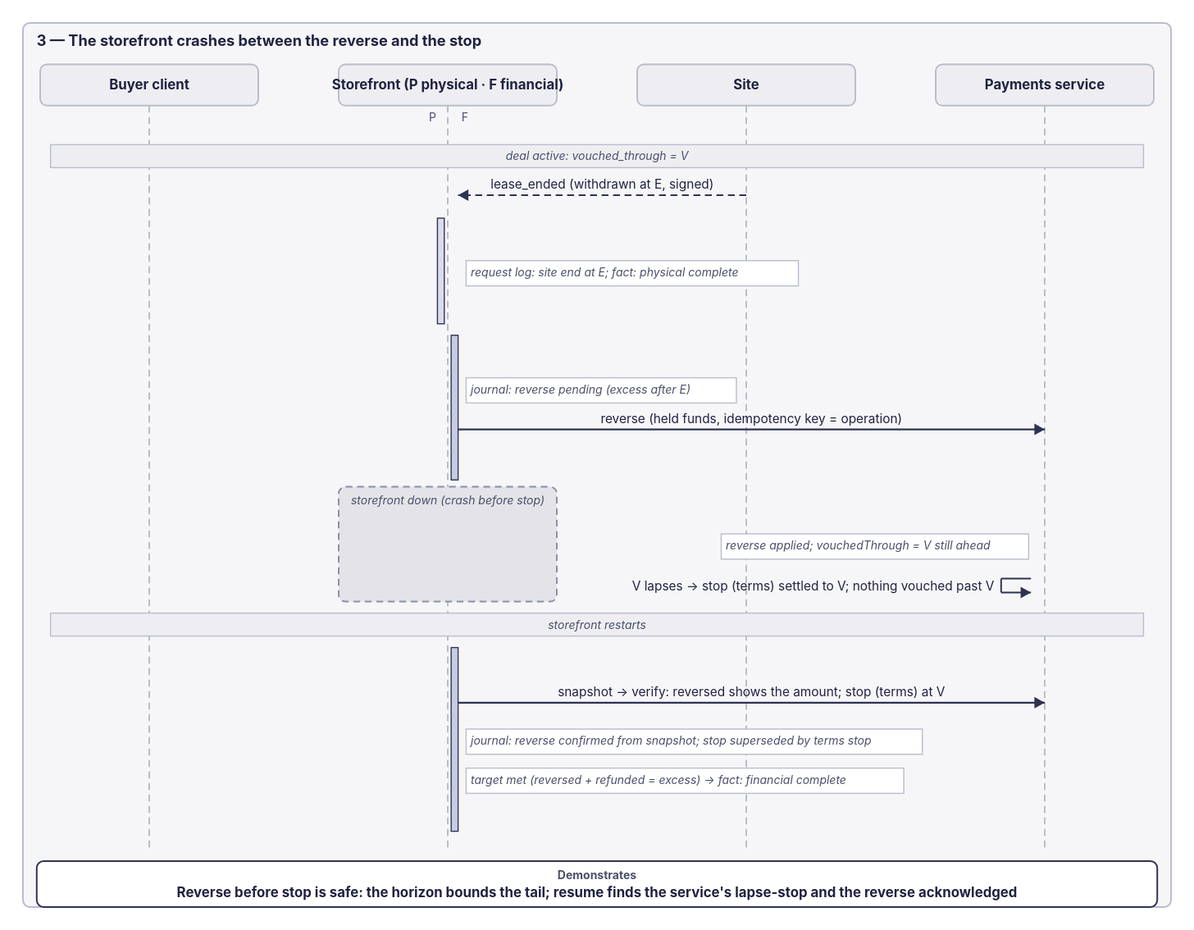
Before: openspec/changes/converge-ongoing-compute-leases/diagrams/03-crash-between-reverse-and-stop.svg, a diagram exported from draw.io (arkhai-io/simple-compute-market). Source tidied: cells renumbered, new cells last; positions are measured from the earlier drawing's top-left corner, leaving out a move shared by most shapes.
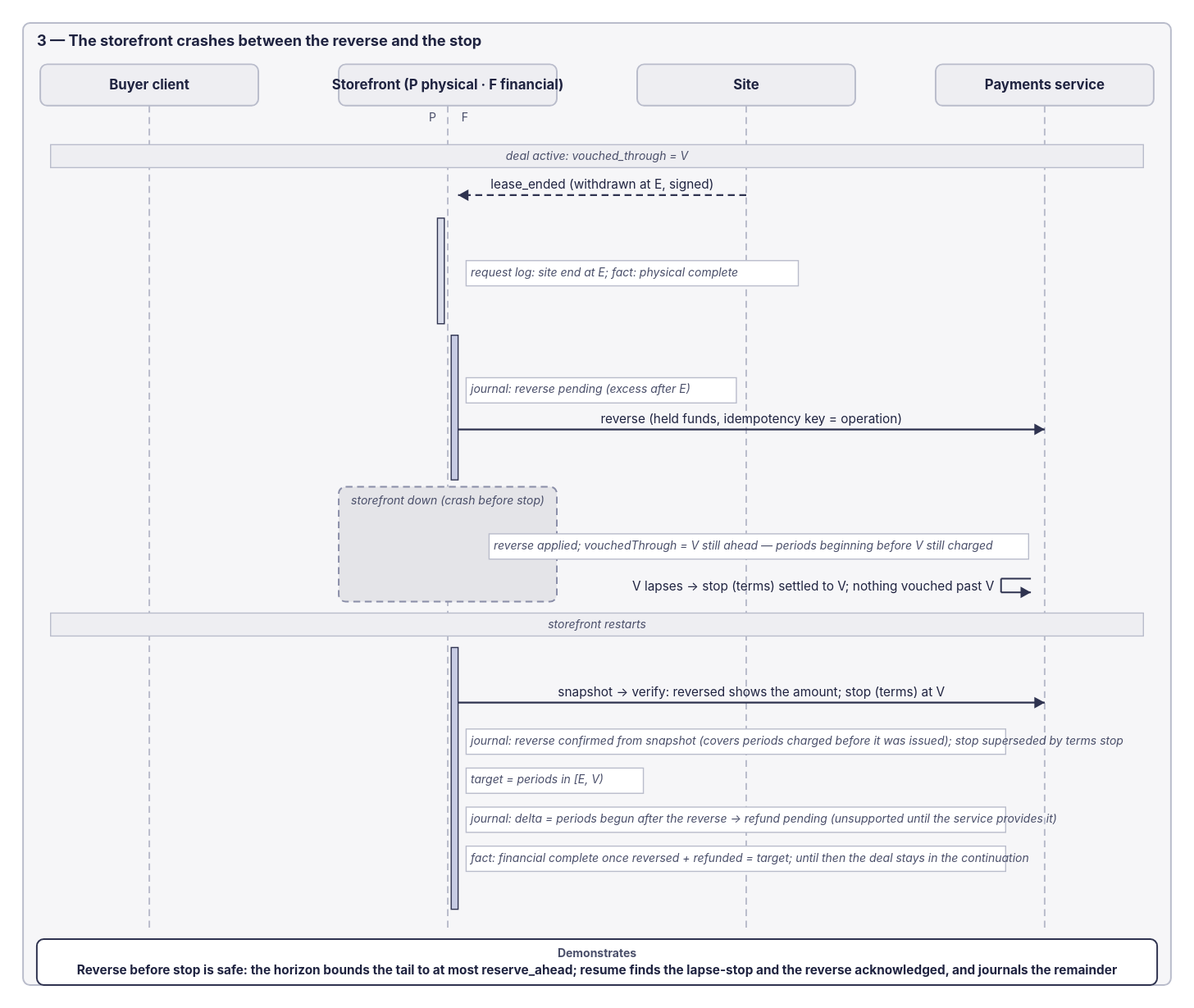
Later version of the same file.

Commit message:
Journal the periods that begin between the reverse and the lapse in scenario 3

Change to the diagram source:
```diff
@@ -3,7 +3,7 @@
     <mxCell id="0" />
     <mxCell id="1" parent="0" />
     <mxCell id="2" style="rounded=1;arcSize=6;whiteSpace=wrap;html=1;fillColor=#f6f6f8;strokeColor=#b9bccb;strokeWidth=1.4;dashed=0;" parent="1" vertex="1">
-      <mxGeometry width="1000" height="770" as="geometry" />
+      <mxGeometry width="1000" height="838" as="geometry" />
     </mxCell>
     <mxCell id="3" value="3 — The storefront crashes between the reverse and the stop" style="text;html=1;align=left;verticalAlign=middle;whiteSpace=nowrap;fontSize=13;fontColor=#1f2340;fontStyle=1;fontFamily=Helvetica;" parent="1" vertex="1">
       <mxGeometry x="12" y="6" width="800" height="19" as="geometry" />
@@ -35,25 +35,25 @@
     <mxCell id="12" style="endArrow=none;endFill=0;strokeColor=#b9bccb;strokeWidth=1.4;html=1;dashed=1;" parent="1" edge="1">
       <mxGeometry relative="1" as="geometry">
         <mxPoint x="110" y="72" as="sourcePoint" />
-        <mxPoint x="110" y="720" as="targetPoint" />
+        <mxPoint x="110" y="788" as="targetPoint" />
       </mxGeometry>
     </mxCell>
     <mxCell id="13" style="endArrow=none;endFill=0;strokeColor=#b9bccb;strokeWidth=1.4;html=1;dashed=1;" parent="1" edge="1">
       <mxGeometry relative="1" as="geometry">
         <mxPoint x="370" y="72" as="sourcePoint" />
-        <mxPoint x="370" y="720" as="targetPoint" />
+        <mxPoint x="370" y="788" as="targetPoint" />
       </mxGeometry>
     </mxCell>
     <mxCell id="14" style="endArrow=none;endFill=0;strokeColor=#b9bccb;strokeWidth=1.4;html=1;dashed=1;" parent="1" edge="1">
       <mxGeometry relative="1" as="geometry">
         <mxPoint x="630" y="72" as="sourcePoint" />
-        <mxPoint x="630" y="720" as="targetPoint" />
+        <mxPoint x="630" y="788" as="targetPoint" />
       </mxGeometry>
     </mxCell>
     <mxCell id="15" style="endArrow=none;endFill=0;strokeColor=#b9bccb;strokeWidth=1.4;html=1;dashed=1;" parent="1" edge="1">
       <mxGeometry relative="1" as="geometry">
         <mxPoint x="890" y="72" as="sourcePoint" />
-        <mxPoint x="890" y="720" as="targetPoint" />
+        <mxPoint x="890" y="788" as="targetPoint" />
       </mxGeometry>
     </mxCell>
     <mxCell id="16" style="rounded=0;arcSize=6;whiteSpace=wrap;html=1;fillColor=#d9dcea;strokeColor=#2f3350;strokeWidth=1;dashed=0;" parent="1" vertex="1">
@@ -63,7 +63,7 @@
       <mxGeometry x="373" y="272" width="6" height="126" as="geometry" />
     </mxCell>
     <mxCell id="18" style="rounded=0;arcSize=6;whiteSpace=wrap;html=1;fillColor=#c7cbe3;strokeColor=#2f3350;strokeWidth=1;dashed=0;" parent="1" vertex="1">
-      <mxGeometry x="373" y="544" width="6" height="160" as="geometry" />
+      <mxGeometry x="373" y="544" width="6" height="228" as="geometry" />
     </mxCell>
     <mxCell id="19" value="P" style="text;html=1;align=right;verticalAlign=middle;whiteSpace=nowrap;fontSize=10;fontColor=#4a4f6a;fontStyle=0;fontFamily=Helvetica;" parent="1" vertex="1">
       <mxGeometry x="330" y="74" width="30" height="16" as="geometry" />
@@ -114,10 +114,10 @@
       <mxGeometry x="379" y="336" width="511" height="17" as="geometry" />
     </mxCell>
     <mxCell id="33" style="rounded=0;arcSize=6;whiteSpace=wrap;html=1;fillColor=#ffffff;strokeColor=#b9bccb;strokeWidth=1;dashed=0;" parent="1" vertex="1">
-      <mxGeometry x="608.2" y="445" width="267.8" height="22" as="geometry" />
+      <mxGeometry x="406" y="445" width="470" height="22" as="geometry" />
     </mxCell>
-    <mxCell id="34" value="reverse applied; vouchedThrough = V still ahead" style="text;html=1;align=left;verticalAlign=middle;whiteSpace=nowrap;fontSize=10;fontColor=#4a4f6a;fontStyle=2;fontFamily=Helvetica;" parent="1" vertex="1">
-      <mxGeometry x="612.2" y="447" width="259.8" height="16" as="geometry" />
+    <mxCell id="34" value="reverse applied; vouchedThrough = V still ahead — periods beginning before V still charged" style="text;html=1;align=left;verticalAlign=middle;whiteSpace=nowrap;fontSize=10;fontColor=#4a4f6a;fontStyle=2;fontFamily=Helvetica;" parent="1" vertex="1">
+      <mxGeometry x="410" y="447" width="462" height="16" as="geometry" />
     </mxCell>
     <mxCell id="35" style="endArrow=none;endFill=0;strokeColor=#2f3350;strokeWidth=1.4;html=1;dashed=0;" parent="1" edge="1">
       <mxGeometry relative="1" as="geometry">
@@ -156,25 +156,37 @@
       <mxGeometry x="379" y="574" width="511" height="17" as="geometry" />
     </mxCell>
     <mxCell id="43" style="rounded=0;arcSize=6;whiteSpace=wrap;html=1;fillColor=#ffffff;strokeColor=#b9bccb;strokeWidth=1;dashed=0;" parent="1" vertex="1">
-      <mxGeometry x="386" y="615" width="397.4" height="22" as="geometry" />
+      <mxGeometry x="386" y="615" width="470" height="22" as="geometry" />
     </mxCell>
-    <mxCell id="44" value="journal: reverse confirmed from snapshot; stop superseded by terms stop" style="text;html=1;align=left;verticalAlign=middle;whiteSpace=nowrap;fontSize=10;fontColor=#4a4f6a;fontStyle=2;fontFamily=Helvetica;" parent="1" vertex="1">
-      <mxGeometry x="390" y="617" width="389.4" height="16" as="geometry" />
+    <mxCell id="44" value="journal: reverse confirmed from snapshot (covers periods charged before it was issued); stop superseded by terms stop" style="text;html=1;align=left;verticalAlign=middle;whiteSpace=nowrap;fontSize=10;fontColor=#4a4f6a;fontStyle=2;fontFamily=Helvetica;" parent="1" vertex="1">
+      <mxGeometry x="390" y="617" width="462" height="16" as="geometry" />
     </mxCell>
     <mxCell id="45" style="rounded=0;arcSize=6;whiteSpace=wrap;html=1;fillColor=#ffffff;strokeColor=#b9bccb;strokeWidth=1;dashed=0;" parent="1" vertex="1">
-      <mxGeometry x="386" y="649" width="381.2" height="22" as="geometry" />
+      <mxGeometry x="386" y="649" width="154.4" height="22" as="geometry" />
     </mxCell>
-    <mxCell id="46" value="target met (reversed + refunded = excess) → fact: financial complete" style="text;html=1;align=left;verticalAlign=middle;whiteSpace=nowrap;fontSize=10;fontColor=#4a4f6a;fontStyle=2;fontFamily=Helvetica;" parent="1" vertex="1">
-      <mxGeometry x="390" y="651" width="373.2" height="16" as="geometry" />
+    <mxCell id="46" value="target = periods in [E, V)" style="text;html=1;align=left;verticalAlign=middle;whiteSpace=nowrap;fontSize=10;fontColor=#4a4f6a;fontStyle=2;fontFamily=Helvetica;" parent="1" vertex="1">
+      <mxGeometry x="390" y="651" width="146.4" height="16" as="geometry" />
     </mxCell>
-    <mxCell id="47" style="rounded=1;arcSize=6;whiteSpace=wrap;html=1;fillColor=#ffffff;strokeColor=#2f3350;strokeWidth=1.4;dashed=0;" parent="1" vertex="1">
-      <mxGeometry x="12" y="730" width="976" height="40" as="geometry" />
+    <mxCell id="47" style="rounded=0;arcSize=6;whiteSpace=wrap;html=1;fillColor=#ffffff;strokeColor=#b9bccb;strokeWidth=1;dashed=0;" parent="1" vertex="1">
+      <mxGeometry x="386" y="683" width="470" height="22" as="geometry" />
     </mxCell>
-    <mxCell id="48" value="Demonstrates" style="text;html=1;align=center;verticalAlign=middle;whiteSpace=nowrap;fontSize=10;fontColor=#4a4f6a;fontStyle=1;fontFamily=Helvetica;" parent="1" vertex="1">
-      <mxGeometry x="12" y="734" width="976" height="16" as="geometry" />
+    <mxCell id="48" value="journal: delta = periods begun after the reverse → refund pending (unsupported until the service provides it)" style="text;html=1;align=left;verticalAlign=middle;whiteSpace=nowrap;fontSize=10;fontColor=#4a4f6a;fontStyle=2;fontFamily=Helvetica;" parent="1" vertex="1">
+      <mxGeometry x="390" y="685" width="462" height="16" as="geometry" />
     </mxCell>
-    <mxCell id="49" value="Reverse before stop is safe: the horizon bounds the tail; resume finds the service's lapse-stop and the reverse acknowledged" style="text;html=1;align=center;verticalAlign=middle;whiteSpace=nowrap;fontSize=12;fontColor=#1f2340;fontStyle=1;fontFamily=Helvetica;" parent="1" vertex="1">
-      <mxGeometry x="12" y="748" width="976" height="18" as="geometry" />
+    <mxCell id="49" style="rounded=0;arcSize=6;whiteSpace=wrap;html=1;fillColor=#ffffff;strokeColor=#b9bccb;strokeWidth=1;dashed=0;" parent="1" vertex="1">
+      <mxGeometry x="386" y="717" width="470" height="22" as="geometry" />
     </mxCell>
+    <mxCell id="50" value="fact: financial complete once reversed + refunded = target; until then the deal stays in the continuation" style="text;html=1;align=left;verticalAlign=middle;whiteSpace=nowrap;fontSize=10;fontColor=#4a4f6a;fontStyle=2;fontFamily=Helvetica;" parent="1" vertex="1">
+      <mxGeometry x="390" y="719" width="462" height="16" as="geometry" />
+    </mxCell>
+    <mxCell id="51" style="rounded=1;arcSize=6;whiteSpace=wrap;html=1;fillColor=#ffffff;strokeColor=#2f3350;strokeWidth=1.4;dashed=0;" parent="1" vertex="1">
+      <mxGeometry x="12" y="798" width="976" height="40" as="geometry" />
+    </mxCell>
+    <mxCell id="52" value="Demonstrates" style="text;html=1;align=center;verticalAlign=middle;whiteSpace=nowrap;fontSize=10;fontColor=#4a4f6a;fontStyle=1;fontFamily=Helvetica;" parent="1" vertex="1">
+      <mxGeometry x="12" y="802" width="976" height="16" as="geometry" />
+    </mxCell>
+    <mxCell id="53" value="Reverse before stop is safe: the horizon bounds the tail to at most reserve_ahead; resume finds the lapse-stop and the reverse acknowledged, and journals the remainder" style="text;html=1;align=center;verticalAlign=middle;whiteSpace=nowrap;fontSize=11;fontColor=#1f2340;fontStyle=1;fontFamily=Helvetica;" parent="1" vertex="1">
+      <mxGeometry x="12" y="816" width="976" height="17" as="geometry" />
+    </mxCell>
   </root>
 </mxGraphModel>
```
